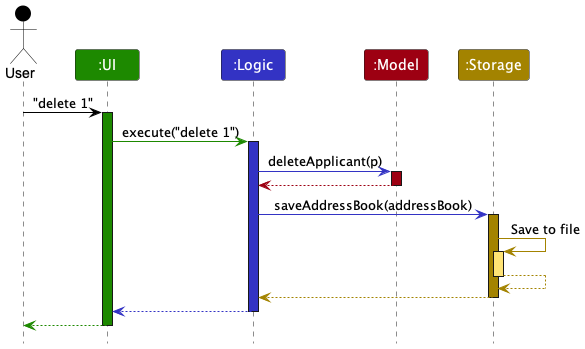
Above: docs/images/ArchitectureSequenceDiagram.png in nus-cs2103-AY2324S1/tp (PlantUML), before the change.
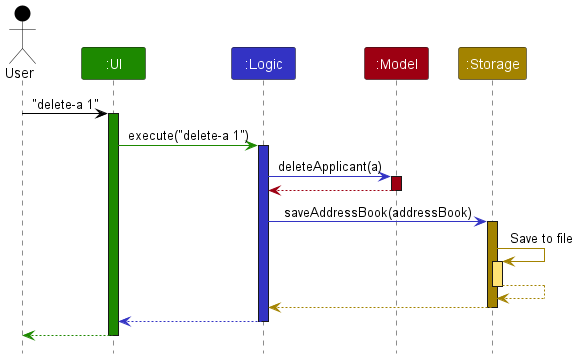
The same file after the commit.

Commit message:
Update Architecture Sequence Diagram

Diff of the diagram source:
```diff
@@ -8,13 +8,13 @@
 Participant ":Model" as model MODEL_COLOR
 Participant ":Storage" as storage STORAGE_COLOR
 
-user -[USER_COLOR]> ui : "delete 1"
+user -[USER_COLOR]> ui : "delete-a 1"
 activate ui UI_COLOR
 
-ui -[UI_COLOR]> logic : execute("delete 1")
+ui -[UI_COLOR]> logic : execute("delete-a 1")
 activate logic LOGIC_COLOR
 
-logic -[LOGIC_COLOR]> model : deleteApplicant(p)
+logic -[LOGIC_COLOR]> model : deleteApplicant(a)
 activate model MODEL_COLOR
 
 model -[MODEL_COLOR]-> logic
```
